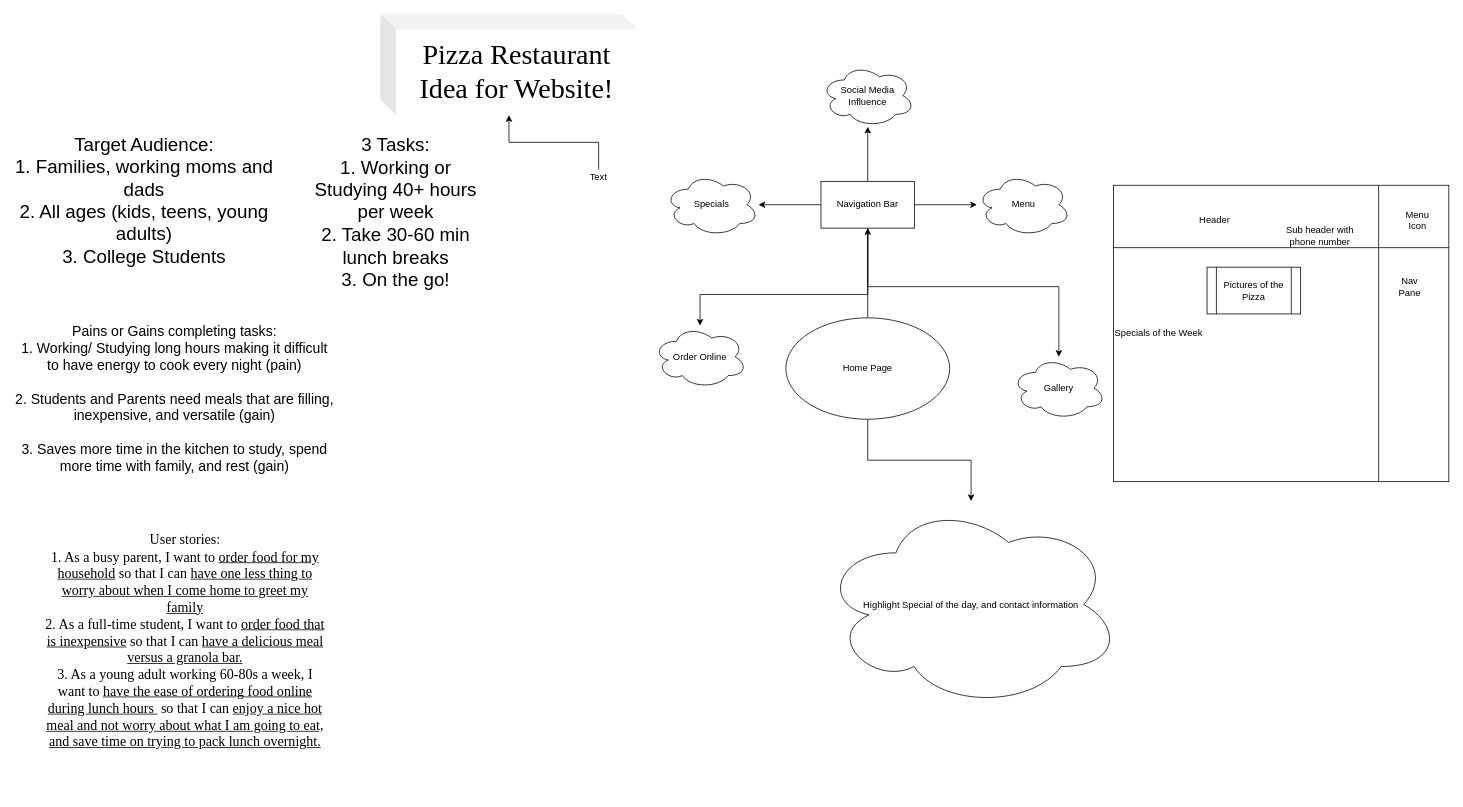
Earlier version of the draw.io diagram Project1 Diagram Drawing.drawio (Trahyns/Project1). Source tidied: cells renumbered, new cells numbered last; positions are measured from the earlier drawing's top-left corner, leaving out a move shared by most shapes. Both pictures are drawn from the tidied source at 78%, with x=0, y=0 at pixel (13, 13).
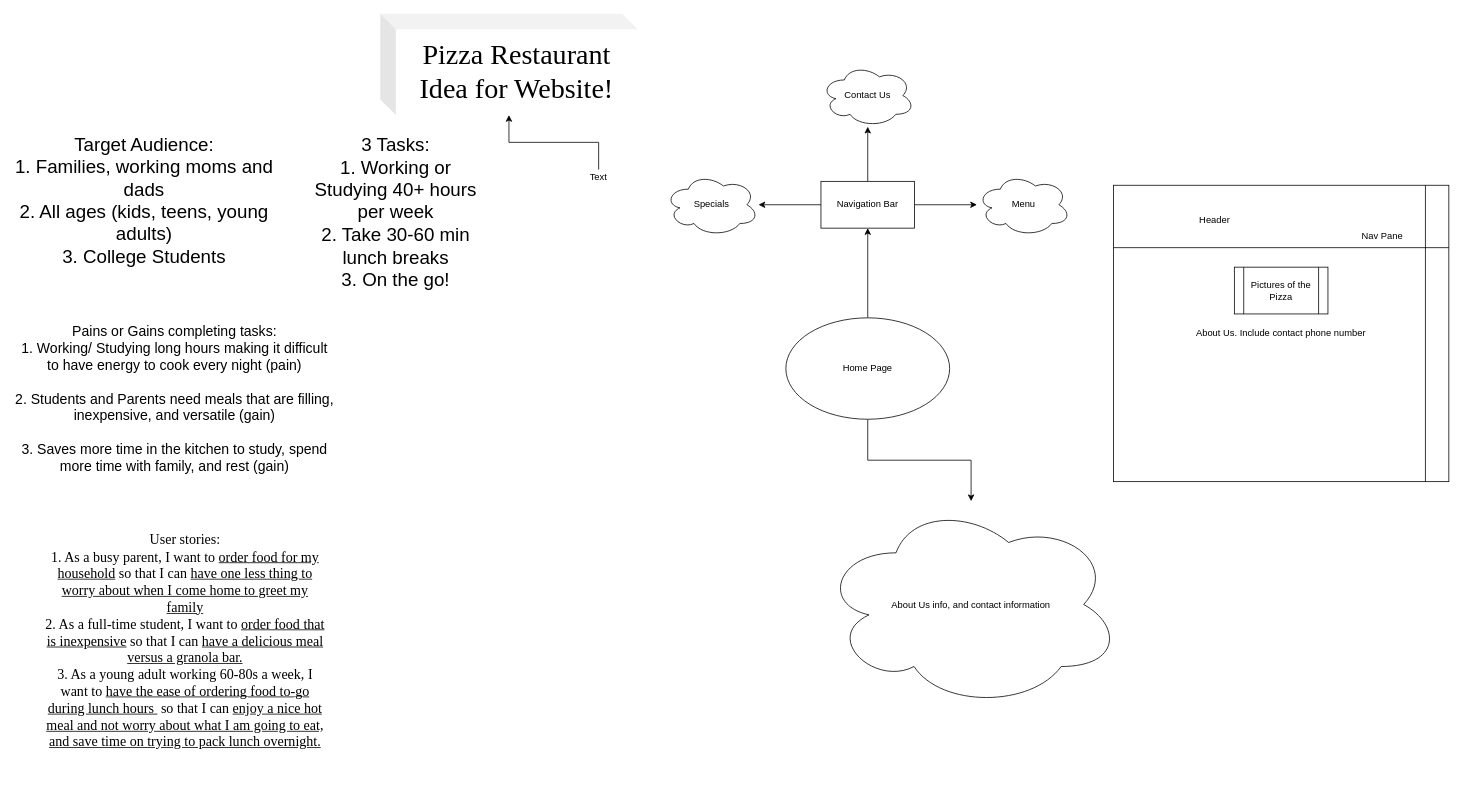
After the change.

The change refers to these unchanged cells:
```xml
<mxCell id="17" value="Navigation Bar" style="whiteSpace=wrap;html=1;" parent="1" vertex="1">
  <mxGeometry x="1035" y="215" width="120" height="60" as="geometry" />
</mxCell>
```

Change to the diagram source:
```diff
@@
-    <mxCell id="8" value="&lt;font face=&quot;Times New Roman&quot; style=&quot;font-size: 18px&quot;&gt;User stories:&lt;br&gt;1. As a busy parent, I want to &lt;u&gt;order food for my household&lt;/u&gt;&amp;nbsp;so that I can &lt;u&gt;have one less thing to worry about when I come home to greet my family&lt;/u&gt;&lt;br&gt;2. As a full-time student, I want to &lt;u&gt;order food that is inexpensive&lt;/u&gt;&amp;nbsp;so that I can &lt;u&gt;have a delicious meal versus a granola bar.&lt;/u&gt;&lt;br&gt;3. As a young adult working 60-80s a week, I want to &lt;u&gt;have the ease of ordering food online during lunch hours&amp;nbsp;&lt;/u&gt;&amp;nbsp;so that I can &lt;u&gt;enjoy a nice hot meal and not worry about what I am going to eat, and save time on trying to pack lunch overnight.&lt;/u&gt;&lt;br&gt;&lt;/font&gt;" style="text;html=1;strokeColor=none;fillColor=none;align=center;verticalAlign=middle;whiteSpace=wrap;rounded=0;" parent="1" vertex="1">
+    <mxCell id="8" value="&lt;font face=&quot;Times New Roman&quot; style=&quot;font-size: 18px&quot;&gt;User stories:&lt;br&gt;1. As a busy parent, I want to &lt;u&gt;order food for my household&lt;/u&gt;&amp;nbsp;so that I can &lt;u&gt;have one less thing to worry about when I come home to greet my family&lt;/u&gt;&lt;br&gt;2. As a full-time student, I want to &lt;u&gt;order food that is inexpensive&lt;/u&gt;&amp;nbsp;so that I can &lt;u&gt;have a delicious meal versus a granola bar.&lt;/u&gt;&lt;br&gt;3. As a young adult working 60-80s a week, I want to &lt;u&gt;have the ease of ordering food to-go during lunch hours&amp;nbsp;&lt;/u&gt;&amp;nbsp;so that I can &lt;u&gt;enjoy a nice hot meal and not worry about what I am going to eat, and save time on trying to pack lunch overnight.&lt;/u&gt;&lt;br&gt;&lt;/font&gt;" style="text;html=1;strokeColor=none;fillColor=none;align=center;verticalAlign=middle;whiteSpace=wrap;rounded=0;" parent="1" vertex="1">
       <mxGeometry x="40" y="610" width="360" height="390" as="geometry" />
     </mxCell>
@@
-    <mxCell id="15" style="edgeStyle=orthogonalEdgeStyle;rounded=0;jettySize=auto;html=1;" parent="1" edge="1" source="17" target="22">
-      <mxGeometry relative="1" as="geometry">
-        <Array as="points">
-          <mxPoint x="1095" y="350" />
-          <mxPoint x="1340" y="350" />
-        </Array>
-      </mxGeometry>
-    </mxCell>
-    <mxCell id="16" style="edgeStyle=orthogonalEdgeStyle;rounded=0;jettySize=auto;html=1;" parent="1" edge="1" source="17" target="23">
-      <mxGeometry relative="1" as="geometry">
-        <Array as="points">
-          <mxPoint x="1095" y="360" />
-          <mxPoint x="880" y="360" />
-        </Array>
-      </mxGeometry>
-    </mxCell>
@@
-    <mxCell id="20" value="Social Media Influence" style="ellipse;shape=cloud;whiteSpace=wrap;html=1;" parent="1" vertex="1">
+    <mxCell id="20" value="Contact Us" style="ellipse;shape=cloud;whiteSpace=wrap;html=1;" parent="1" vertex="1">
       <mxGeometry x="1035" y="65" width="120" height="80" as="geometry" />
     </mxCell>
-    <mxCell id="21" value="Highlight Special of the day, and contact information" style="ellipse;shape=cloud;whiteSpace=wrap;html=1;" parent="1" vertex="1">
+    <mxCell id="21" value="About Us info, and contact information" style="ellipse;shape=cloud;whiteSpace=wrap;html=1;" parent="1" vertex="1">
       <mxGeometry x="1035" y="625" width="385" height="265" as="geometry" />
     </mxCell>
-    <mxCell id="22" value="Gallery" style="ellipse;shape=cloud;whiteSpace=wrap;html=1;" parent="1" vertex="1">
-      <mxGeometry x="1280" y="440" width="120" height="80" as="geometry" />
-    </mxCell>
-    <mxCell id="23" value="Order Online" style="ellipse;shape=cloud;whiteSpace=wrap;html=1;" parent="1" vertex="1">
-      <mxGeometry x="820" y="400" width="120" height="80" as="geometry" />
-    </mxCell>
-    <mxCell id="24" value="Specials of the Week" style="shape=internalStorage;whiteSpace=wrap;html=1;backgroundOutline=1;flipH=1;dx=90;dy=80;align=left;" parent="1" vertex="1">
+    <mxCell id="24" value="About Us. Include contact phone number" style="shape=internalStorage;whiteSpace=wrap;html=1;backgroundOutline=1;flipH=1;dx=30;dy=80;align=center;" parent="1" vertex="1">
       <mxGeometry x="1410" y="220" width="430" height="380" as="geometry" />
     </mxCell>
-    <mxCell id="25" value="Sub header with phone number" style="text;html=1;strokeColor=none;fillColor=none;align=center;verticalAlign=middle;whiteSpace=wrap;rounded=0;" parent="1" vertex="1">
-      <mxGeometry x="1630" y="275" width="90" height="20" as="geometry" />
+    <mxCell id="25" value="Nav Pane" style="text;html=1;strokeColor=none;fillColor=none;align=center;verticalAlign=middle;whiteSpace=wrap;rounded=0;" parent="1" vertex="1">
+      <mxGeometry x="1710" y="275" width="90" height="20" as="geometry" />
     </mxCell>
-    <mxCell id="26" value="Menu Icon" style="text;html=1;strokeColor=none;fillColor=none;align=center;verticalAlign=middle;whiteSpace=wrap;rounded=0;" parent="1" vertex="1">
-      <mxGeometry x="1780" y="255" width="40" height="20" as="geometry" />
-    </mxCell>
     <mxCell id="27" value="Pictures of the Pizza" style="shape=process;whiteSpace=wrap;html=1;backgroundOutline=1;" parent="1" vertex="1">
-      <mxGeometry x="1530" y="325" width="120" height="60" as="geometry" />
+      <mxGeometry x="1565" y="325" width="120" height="60" as="geometry" />
     </mxCell>
@@
-    <mxCell id="29" value="Nav Pane" style="text;html=1;strokeColor=none;fillColor=none;align=center;verticalAlign=middle;whiteSpace=wrap;rounded=0;" parent="1" vertex="1">
-      <mxGeometry x="1770" y="340" width="40" height="20" as="geometry" />
-    </mxCell>
```
